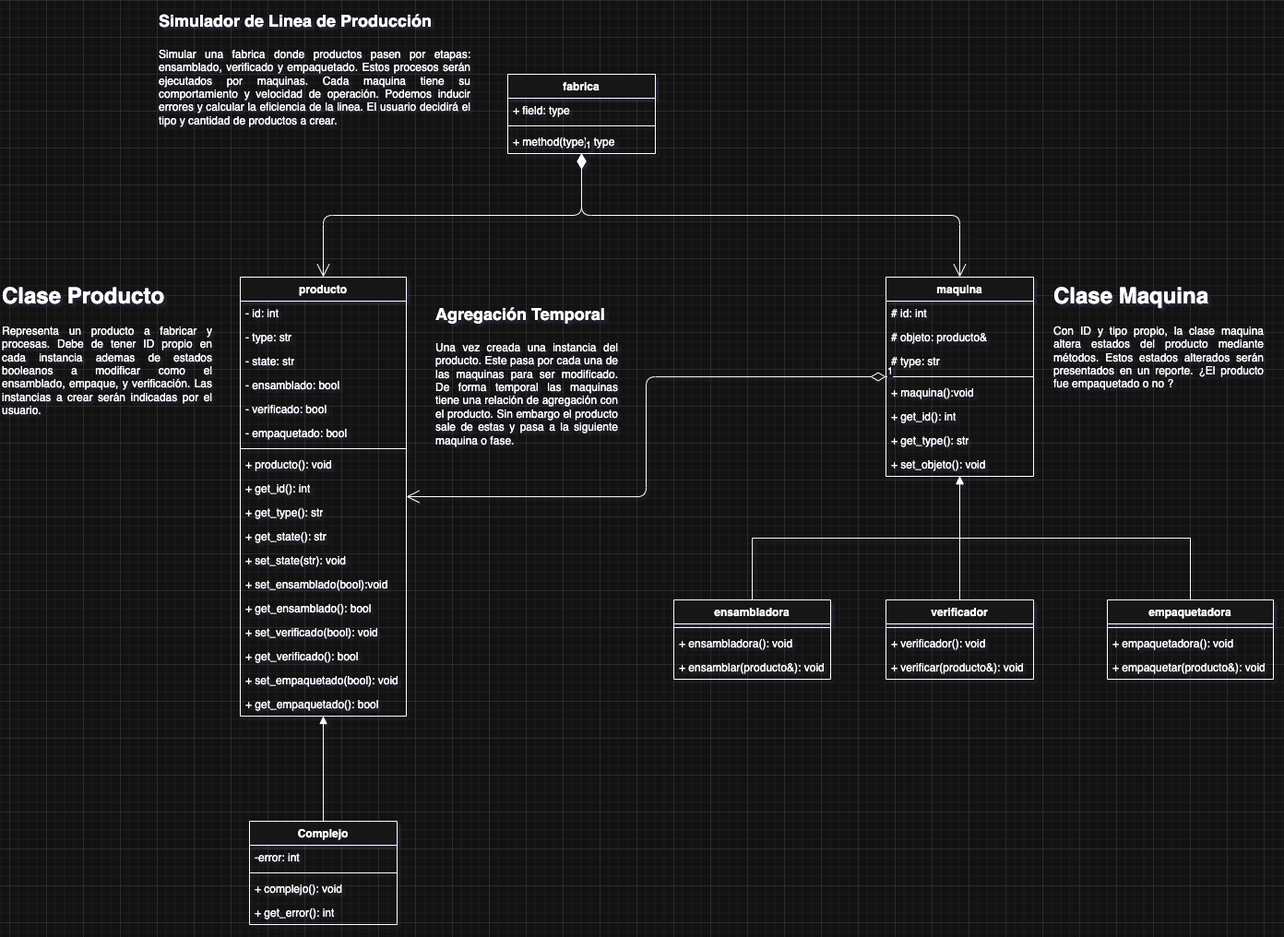
Above: UML.drawio.png in Citybanamex16/Linea-Produccion (draw.io), before the change. Source tidied: cells renumbered, new cells last; positions are measured from the earlier drawing's top-left corner, leaving out a move shared by most shapes.
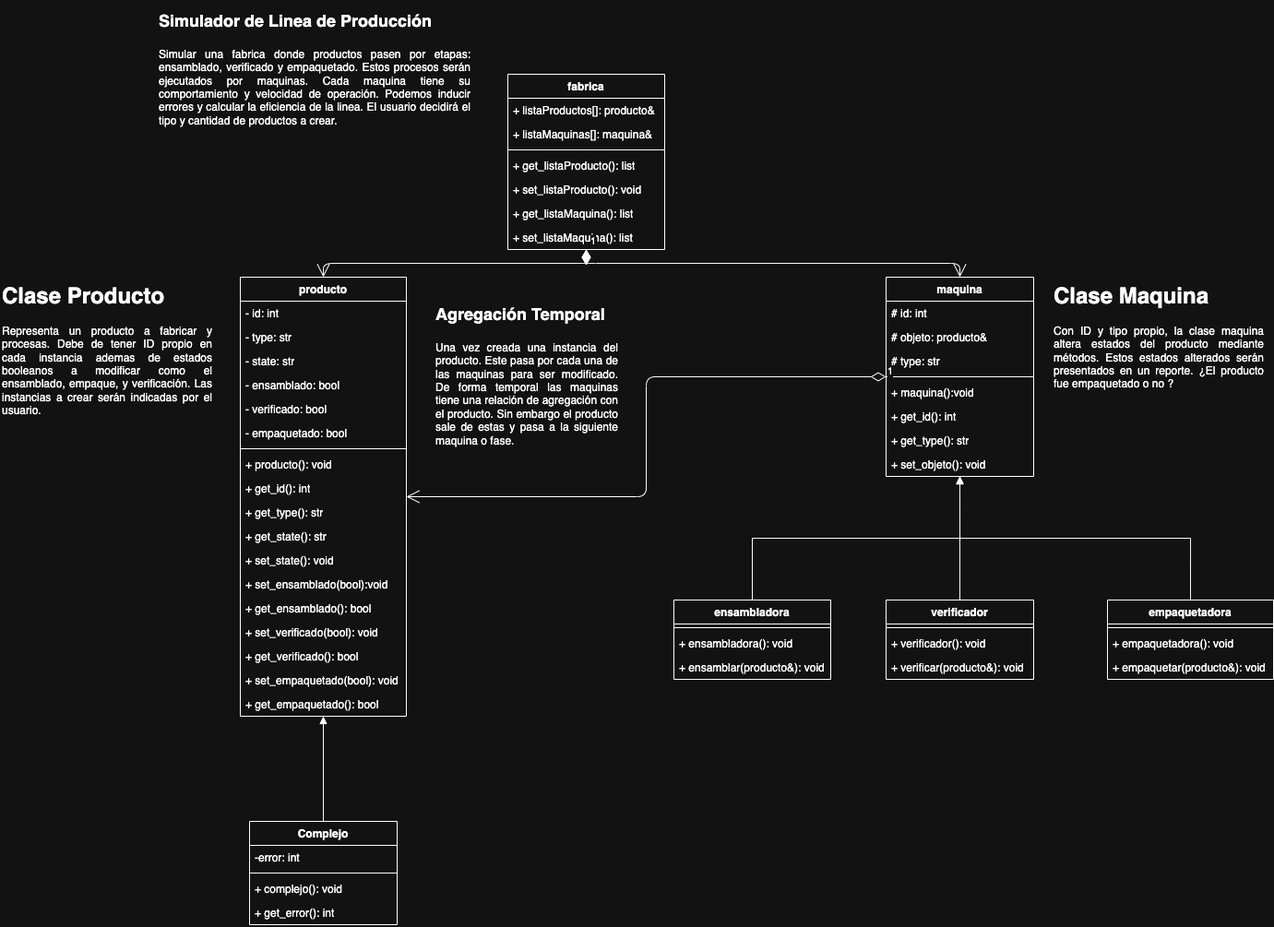
Above is the later version.

Diff of the diagram source:
```diff
@@ -3,17 +3,29 @@
     <mxCell id="0" />
     <mxCell id="1" parent="0" />
     <mxCell id="2" value="fabrica" style="swimlane;fontStyle=1;align=center;verticalAlign=top;horizontal=1;startSize=26;whiteSpace=wrap;html=1;" parent="1" vertex="1">
-      <mxGeometry x="550" y="80" width="160" height="86" as="geometry" />
+      <mxGeometry x="550" y="80" width="170" height="190" as="geometry" />
     </mxCell>
-    <mxCell id="3" value="+ field: type" style="text;strokeColor=none;fillColor=none;align=left;verticalAlign=top;spacingLeft=4;spacingRight=4;overflow=hidden;whiteSpace=wrap;html=1;" parent="2" vertex="1">
-      <mxGeometry y="26" width="160" height="26" as="geometry" />
+    <mxCell id="3" value="+ listaProductos[]: producto&amp;amp;" style="text;strokeColor=none;fillColor=none;align=left;verticalAlign=top;spacingLeft=4;spacingRight=4;overflow=hidden;whiteSpace=wrap;html=1;" parent="2" vertex="1">
+      <mxGeometry y="26" width="170" height="26" as="geometry" />
     </mxCell>
+    <mxCell id="62" value="+ listaMaquinas[]: maquina&amp;amp;" style="text;strokeColor=none;fillColor=none;align=left;verticalAlign=top;spacingLeft=4;spacingRight=4;overflow=hidden;whiteSpace=wrap;html=1;" parent="2" vertex="1">
+      <mxGeometry y="52" width="170" height="26" as="geometry" />
+    </mxCell>
     <mxCell id="4" style="line;strokeWidth=1;fillColor=none;align=left;verticalAlign=middle;spacingTop=-1;spacingLeft=3;spacingRight=3;labelPosition=right;strokeColor=inherit;" parent="2" vertex="1">
-      <mxGeometry y="52" width="160" height="8" as="geometry" />
+      <mxGeometry y="78" width="170" height="8" as="geometry" />
     </mxCell>
-    <mxCell id="5" value="+ method(type): type" style="text;strokeColor=none;fillColor=none;align=left;verticalAlign=top;spacingLeft=4;spacingRight=4;overflow=hidden;whiteSpace=wrap;html=1;" parent="2" vertex="1">
-      <mxGeometry y="60" width="160" height="26" as="geometry" />
+    <mxCell id="5" value="+ get_listaProducto(): list" style="text;strokeColor=none;fillColor=none;align=left;verticalAlign=top;spacingLeft=4;spacingRight=4;overflow=hidden;whiteSpace=wrap;html=1;" parent="2" vertex="1">
+      <mxGeometry y="86" width="170" height="26" as="geometry" />
     </mxCell>
+    <mxCell id="63" value="+ set_listaProducto(): void&amp;nbsp;" style="text;strokeColor=none;fillColor=none;align=left;verticalAlign=top;spacingLeft=4;spacingRight=4;overflow=hidden;whiteSpace=wrap;html=1;" parent="2" vertex="1">
+      <mxGeometry y="112" width="170" height="26" as="geometry" />
+    </mxCell>
+    <mxCell id="64" value="+ get_listaMaquina(): list" style="text;strokeColor=none;fillColor=none;align=left;verticalAlign=top;spacingLeft=4;spacingRight=4;overflow=hidden;whiteSpace=wrap;html=1;" parent="2" vertex="1">
+      <mxGeometry y="138" width="170" height="26" as="geometry" />
+    </mxCell>
+    <mxCell id="65" value="+ set_listaMaquina(): list" style="text;strokeColor=none;fillColor=none;align=left;verticalAlign=top;spacingLeft=4;spacingRight=4;overflow=hidden;whiteSpace=wrap;html=1;" parent="2" vertex="1">
+      <mxGeometry y="164" width="170" height="26" as="geometry" />
+    </mxCell>
     <mxCell id="6" value="1" style="endArrow=open;html=1;endSize=12;startArrow=diamondThin;startSize=14;startFill=1;edgeStyle=orthogonalEdgeStyle;align=left;verticalAlign=bottom;rounded=1;entryX=0.5;entryY=0;entryDx=0;entryDy=0;shadow=0;exitX=0.5;exitY=1;exitDx=0;exitDy=0;curved=0;jumpStyle=none;" parent="1" edge="1" source="2" target="8">
       <mxGeometry x="-1" y="3" relative="1" as="geometry" />
     </mxCell>
@@ -56,7 +68,7 @@
     <mxCell id="19" value="+ get_state(): str" style="text;strokeColor=none;fillColor=none;align=left;verticalAlign=top;spacingLeft=4;spacingRight=4;overflow=hidden;whiteSpace=wrap;html=1;" parent="8" vertex="1">
       <mxGeometry y="268" width="180" height="26" as="geometry" />
     </mxCell>
-    <mxCell id="20" value="+ set_state(str): void" style="text;strokeColor=none;fillColor=none;align=left;verticalAlign=top;spacingLeft=4;spacingRight=4;overflow=hidden;whiteSpace=wrap;html=1;" parent="8" vertex="1">
+    <mxCell id="20" value="+ set_state(): void" style="text;strokeColor=none;fillColor=none;align=left;verticalAlign=top;spacingLeft=4;spacingRight=4;overflow=hidden;whiteSpace=wrap;html=1;" parent="8" vertex="1">
       <mxGeometry y="294" width="180" height="26" as="geometry" />
     </mxCell>
     <mxCell id="21" value="+ set_ensamblado(bool):void" style="text;strokeColor=none;fillColor=none;align=left;verticalAlign=top;spacingLeft=4;spacingRight=4;overflow=hidden;whiteSpace=wrap;html=1;" parent="8" vertex="1">
```
